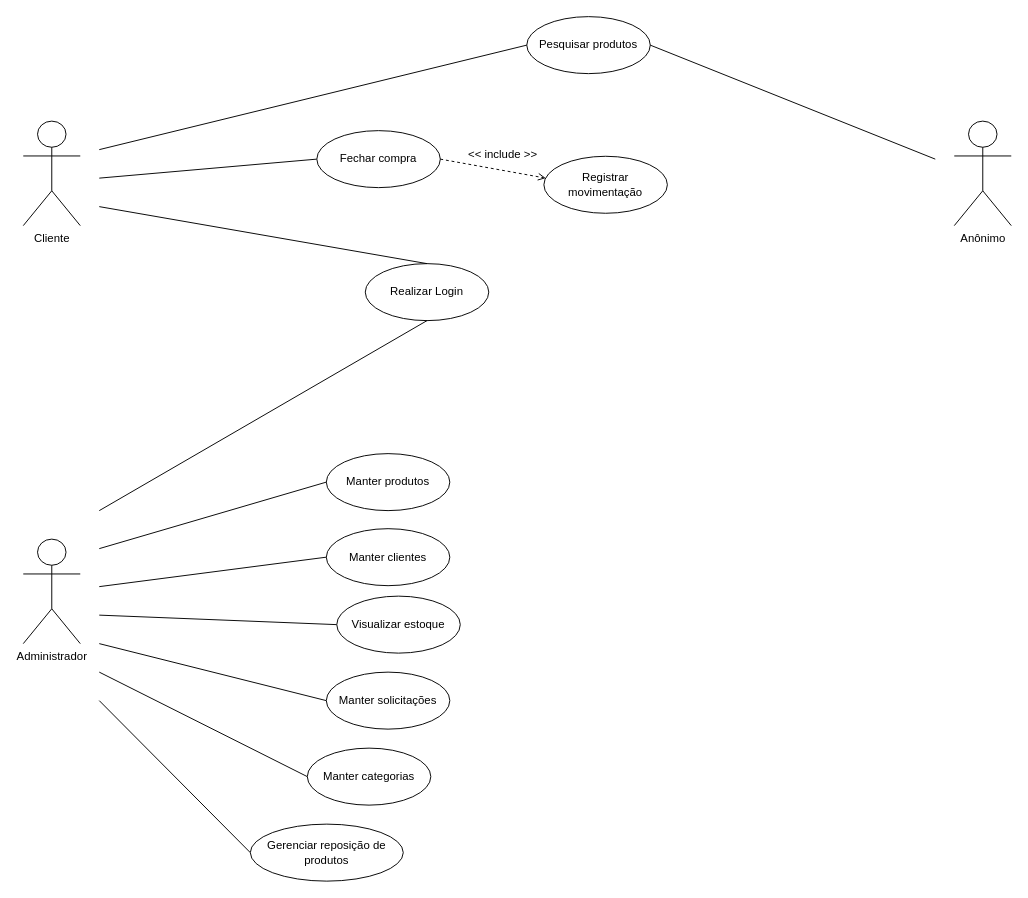
The draw.io diagram docs/diagrama_de_casos_de_uso.drawio in danielbarbozadasilva/ecommerce-nodejs-api, before the edit. Source tidied: cells renumbered, new cells numbered last; positions are measured from the earlier drawing's top-left corner, leaving out a move shared by most shapes. Both pictures are drawn from the tidied source at 95%, with x=0, y=0 at pixel (23, 16).
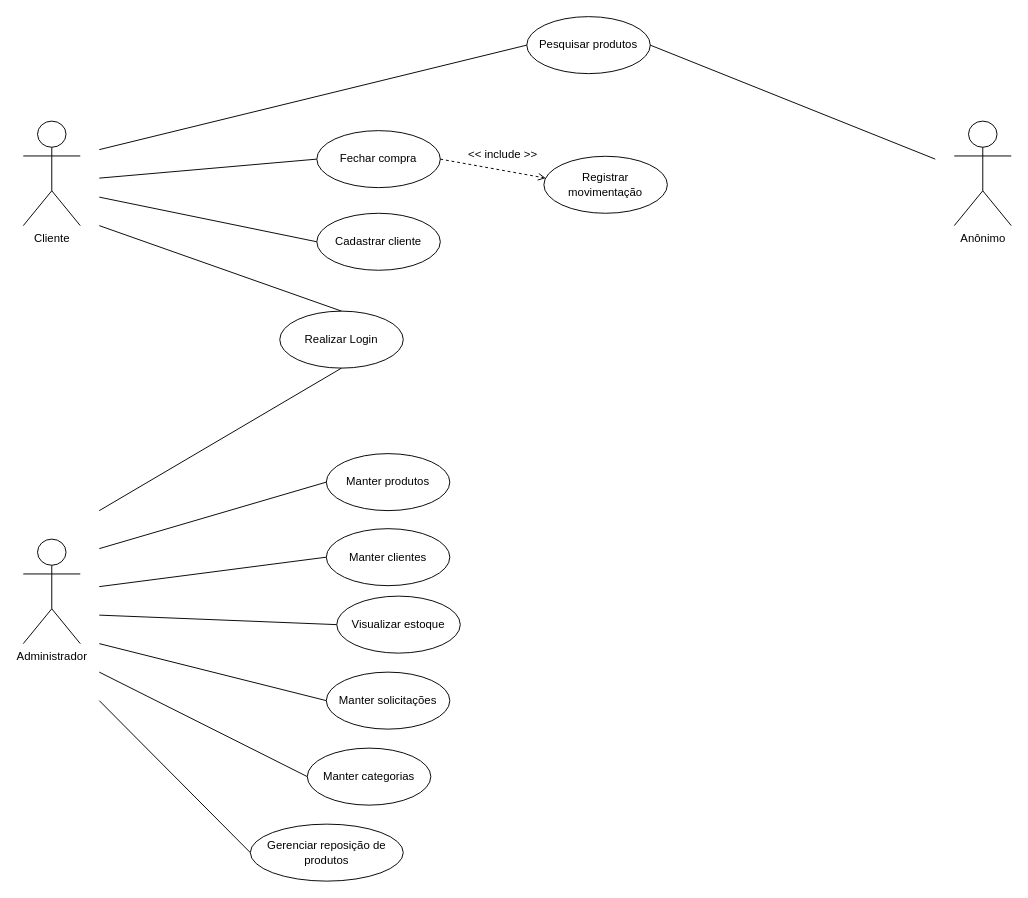
The same page after the edit.

Diff of the diagram source:
```diff
@@
     <mxCell id="4" value="Realizar Login" style="ellipse;whiteSpace=wrap;html=1;" parent="1" vertex="1">
-      <mxGeometry x="360" y="260" width="130" height="60" as="geometry" />
+      <mxGeometry x="270" y="310" width="130" height="60" as="geometry" />
     </mxCell>
     <mxCell id="5" style="endArrow=none;endFill=0;endSize=12;html=1;rounded=0;entryX=0.5;entryY=0;entryDx=0;entryDy=0;" parent="1" edge="1" target="4">
       <mxGeometry relative="1" as="geometry">
-        <mxPoint x="80" y="200" as="sourcePoint" />
+        <mxPoint x="80" y="220" as="sourcePoint" />
       </mxGeometry>
     </mxCell>
@@
+    <mxCell id="28" style="endArrow=none;endFill=0;endSize=12;html=1;rounded=0;entryX=0;entryY=0.5;entryDx=0;entryDy=0;" parent="1" edge="1" target="29">
+      <mxGeometry relative="1" as="geometry">
+        <mxPoint x="80" y="190" as="sourcePoint" />
+      </mxGeometry>
+    </mxCell>
+    <mxCell id="29" value="Cadastrar cliente" style="ellipse;whiteSpace=wrap;html=1;" parent="1" vertex="1">
+      <mxGeometry x="309" y="207" width="130" height="60" as="geometry" />
+    </mxCell>
```
